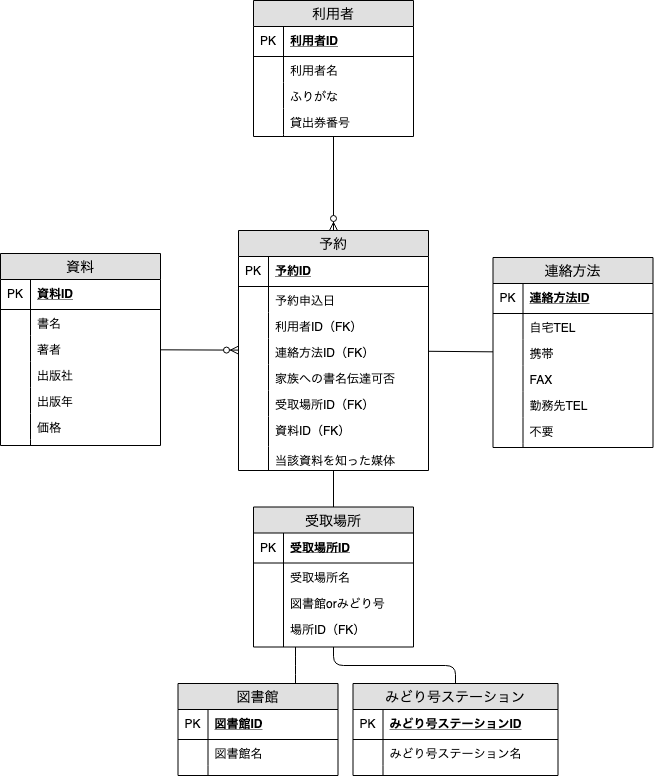
Before: 002_reservation_sheet.png, a diagram exported from draw.io (chihaso/rakurakuERD). Source tidied: cells renumbered, new cells last; positions are measured from the earlier drawing's top-left corner, leaving out a move shared by most shapes.
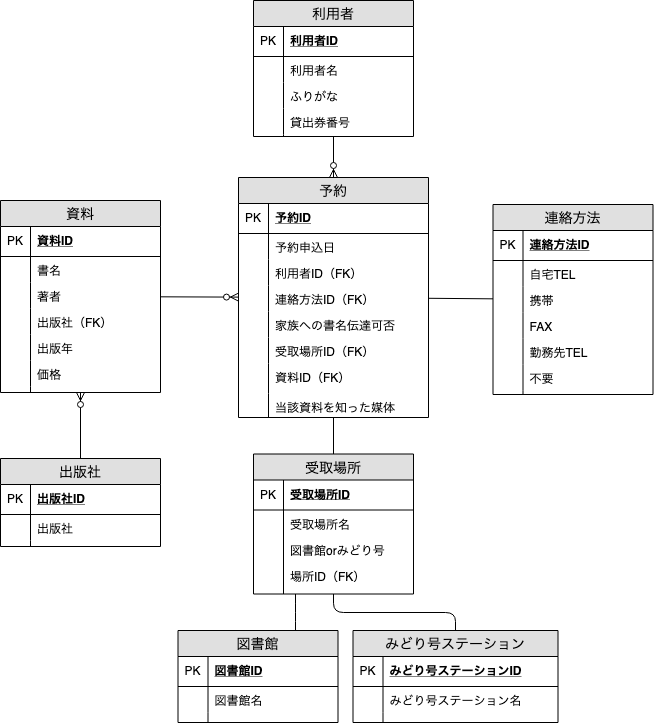
The same file after the commit.

Commit message:
出版社を別テーブルに分離

The edit, as a diff of the source:
```diff
@@ -60,7 +60,7 @@
       <mxGeometry width="30" as="geometry" />
     </mxCell>
     <mxCell id="21" value="利用者" style="swimlane;fontStyle=0;horizontal=1;startSize=26;fillColor=#e0e0e0;swimlaneFillColor=#ffffff;align=center;fontSize=14;" parent="1" vertex="1">
-      <mxGeometry x="253" width="160" height="136" as="geometry" />
+      <mxGeometry x="253" y="53" width="160" height="136" as="geometry" />
     </mxCell>
     <mxCell id="22" value="利用者ID" style="shape=partialRectangle;top=0;left=0;right=0;bottom=1;align=left;verticalAlign=middle;fillColor=none;spacingLeft=34;spacingRight=4;overflow=hidden;fontStyle=5;fontSize=12;" parent="21" vertex="1">
       <mxGeometry y="26" width="160" height="30" as="geometry" />
@@ -113,7 +113,7 @@
     <mxCell id="38" style="shape=partialRectangle;top=0;left=0;bottom=0;fillColor=none;align=left;verticalAlign=top;spacingLeft=4;spacingRight=4;overflow=hidden;fontSize=12;" parent="37" vertex="1">
       <mxGeometry width="30" height="26" as="geometry" />
     </mxCell>
-    <mxCell id="39" value="出版社" style="shape=partialRectangle;top=0;left=0;right=0;bottom=0;align=left;verticalAlign=top;fillColor=none;spacingLeft=34;spacingRight=4;overflow=hidden;fontSize=12;" parent="32" vertex="1">
+    <mxCell id="39" value="出版社（FK）" style="shape=partialRectangle;top=0;left=0;right=0;bottom=0;align=left;verticalAlign=top;fillColor=none;spacingLeft=34;spacingRight=4;overflow=hidden;fontSize=12;" parent="32" vertex="1">
       <mxGeometry y="108" width="160" height="26" as="geometry" />
     </mxCell>
     <mxCell id="40" style="shape=partialRectangle;top=0;left=0;bottom=0;fillColor=none;align=left;verticalAlign=top;spacingLeft=4;spacingRight=4;overflow=hidden;fontSize=12;" parent="39" vertex="1">
@@ -269,5 +269,29 @@
     <mxCell id="90" style="fontSize=12;html=1;endArrow=none;endFill=0;startArrow=none;startFill=0;" parent="1" edge="1" source="2" target="72">
       <mxGeometry relative="1" as="geometry" />
     </mxCell>
+    <mxCell id="91" value="出版社" style="swimlane;fontStyle=0;horizontal=1;startSize=26;fillColor=#e0e0e0;swimlaneFillColor=#ffffff;align=center;fontSize=14;" parent="1" vertex="1">
+      <mxGeometry y="511" width="160" height="88" as="geometry" />
+    </mxCell>
+    <mxCell id="92" value="出版社ID" style="shape=partialRectangle;top=0;left=0;right=0;bottom=1;align=left;verticalAlign=middle;fillColor=none;spacingLeft=34;spacingRight=4;overflow=hidden;fontStyle=5;fontSize=12;" parent="91" vertex="1">
+      <mxGeometry y="26" width="160" height="30" as="geometry" />
+    </mxCell>
+    <mxCell id="93" value="PK" style="shape=partialRectangle;top=0;left=0;bottom=0;fillColor=none;align=left;verticalAlign=middle;spacingLeft=4;spacingRight=4;overflow=hidden;fontSize=12;" parent="92" vertex="1">
+      <mxGeometry width="30" height="30" as="geometry" />
+    </mxCell>
+    <mxCell id="94" value="出版社" style="shape=partialRectangle;top=0;left=0;right=0;bottom=0;align=left;verticalAlign=top;fillColor=none;spacingLeft=34;spacingRight=4;overflow=hidden;fontSize=12;" parent="91" vertex="1">
+      <mxGeometry y="56" width="160" height="26" as="geometry" />
+    </mxCell>
+    <mxCell id="95" style="shape=partialRectangle;top=0;left=0;bottom=0;fillColor=none;align=left;verticalAlign=top;spacingLeft=4;spacingRight=4;overflow=hidden;fontSize=12;" parent="94" vertex="1">
+      <mxGeometry width="30" height="26" as="geometry" />
+    </mxCell>
+    <mxCell id="96" style="shape=partialRectangle;top=0;left=0;right=0;bottom=0;align=left;verticalAlign=top;fillColor=none;spacingLeft=34;spacingRight=4;overflow=hidden;fontSize=12;" parent="91" vertex="1">
+      <mxGeometry y="82" width="160" height="6" as="geometry" />
+    </mxCell>
+    <mxCell id="97" style="shape=partialRectangle;top=0;left=0;bottom=0;fillColor=none;align=left;verticalAlign=top;spacingLeft=4;spacingRight=4;overflow=hidden;fontSize=12;" parent="96" vertex="1">
+      <mxGeometry width="30" height="6" as="geometry" />
+    </mxCell>
+    <mxCell id="98" style="fontSize=12;html=1;endArrow=ERzeroToMany;endFill=1;" parent="1" edge="1" source="91" target="32">
+      <mxGeometry relative="1" as="geometry" />
+    </mxCell>
   </root>
 </mxGraphModel>
```
